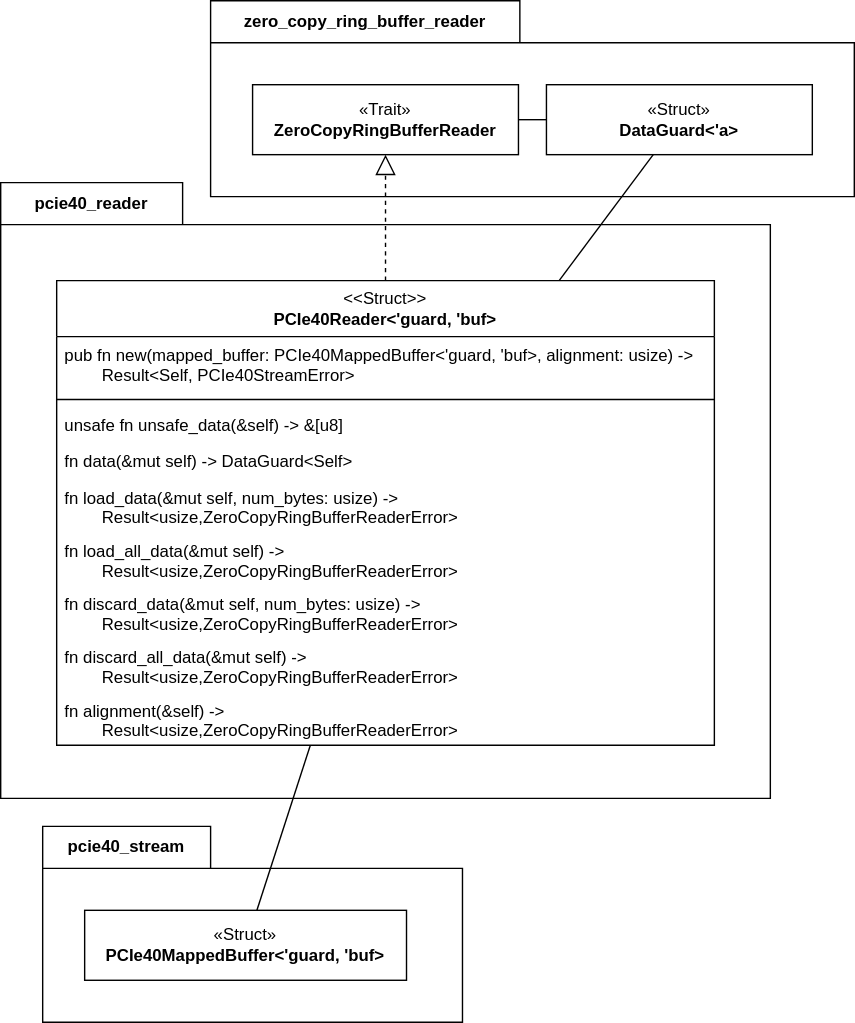
Tikitikitikidesuka/ibverbs-rs keeps this draw.io diagram as docs/assets/pcie40_reader_diagram.svg. Above is the earlier version. Source tidied: cells renumbered, new cells last; positions are measured from the earlier drawing's top-left corner, leaving out a move shared by most shapes.
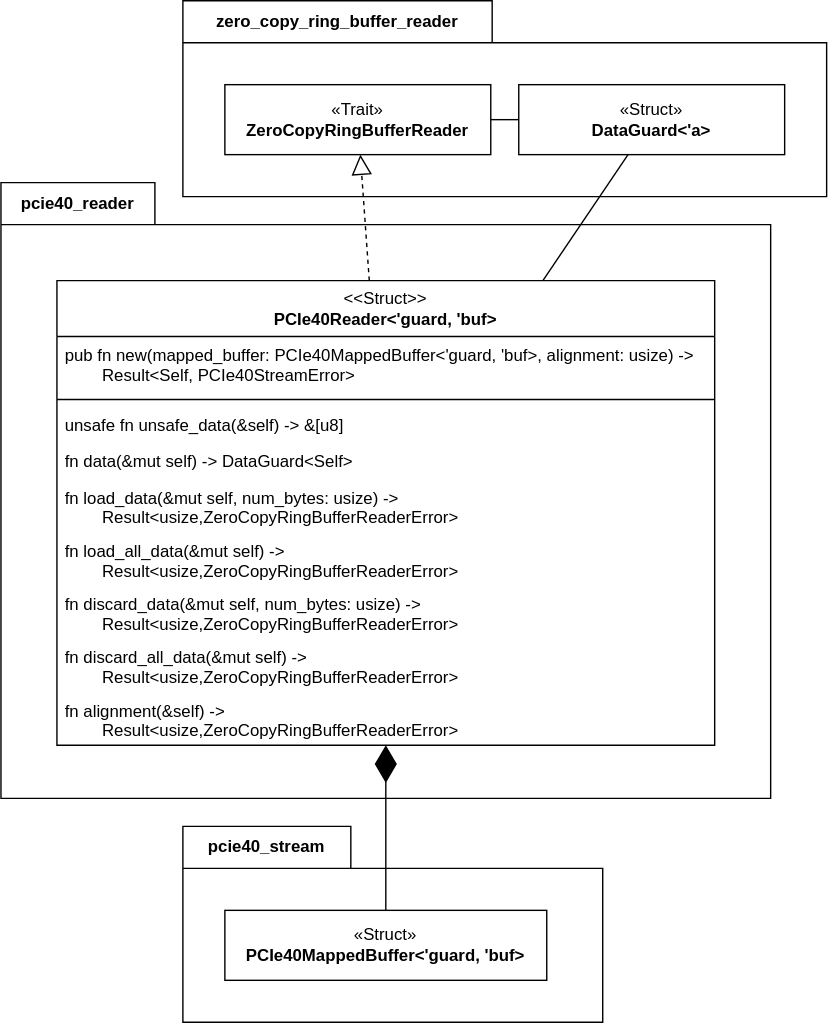
Later version of the same file.

Change to the diagram source:
```diff
@@ -2,7 +2,7 @@
   <root>
     <mxCell id="0" />
     <mxCell id="1" parent="0" />
-    <mxCell id="2" value="pcie40_reader" style="shape=folder;fontStyle=1;tabWidth=130;tabHeight=30;tabPosition=left;html=1;boundedLbl=1;labelInHeader=1;whiteSpace=wrap;" parent="1" vertex="1">
+    <mxCell id="2" value="pcie40_reader" style="shape=folder;fontStyle=1;tabWidth=110;tabHeight=30;tabPosition=left;html=1;boundedLbl=1;labelInHeader=1;whiteSpace=wrap;" parent="1" vertex="1">
       <mxGeometry y="130" width="550" height="440" as="geometry" />
     </mxCell>
     <mxCell id="3" value="&amp;lt;&amp;lt;Struct&amp;gt;&amp;gt;&lt;br style=&quot;border-color: var(--border-color);&quot;&gt;&lt;b style=&quot;border-color: var(--border-color);&quot;&gt;PCIe40Reader&amp;lt;'guard, 'buf&amp;gt;&lt;/b&gt;" style="swimlane;fontStyle=0;horizontal=1;startSize=40;fillColor=none;whiteSpace=wrap;html=1;" parent="2" vertex="1">
@@ -36,7 +36,7 @@
       <mxGeometry y="294" width="470" height="38" as="geometry" />
     </mxCell>
     <mxCell id="13" value="zero_copy_ring_buffer_reader" style="shape=folder;fontStyle=1;tabWidth=221;tabHeight=30;tabPosition=left;html=1;boundedLbl=1;labelInHeader=1;whiteSpace=wrap;" parent="1" vertex="1">
-      <mxGeometry x="150" width="460" height="140" as="geometry" />
+      <mxGeometry x="130" width="460" height="140" as="geometry" />
     </mxCell>
     <mxCell id="14" style="edgeStyle=orthogonalEdgeStyle;rounded=0;jettySize=auto;html=1;exitX=1;exitY=0.5;exitDx=0;exitDy=0;entryX=0;entryY=0.5;entryDx=0;entryDy=0;endArrow=none;endFill=0;" parent="13" edge="1" source="15" target="16">
       <mxGeometry relative="1" as="geometry" />
@@ -60,12 +60,12 @@
       <mxGeometry relative="1" as="geometry" />
     </mxCell>
     <mxCell id="21" value="pcie40_stream" style="shape=folder;fontStyle=1;tabWidth=120;tabHeight=30;tabPosition=left;html=1;boundedLbl=1;labelInHeader=1;whiteSpace=wrap;" parent="1" vertex="1">
-      <mxGeometry x="30" y="590" width="300" height="140" as="geometry" />
+      <mxGeometry x="130" y="590" width="300" height="140" as="geometry" />
     </mxCell>
     <mxCell id="22" value="«Struct»&lt;br&gt;&lt;b&gt;PCIe40MappedBuffer&amp;lt;'guard, 'buf&amp;gt;&lt;/b&gt;" style="html=1;whiteSpace=wrap;" parent="21" vertex="1">
       <mxGeometry x="30" y="60" width="230" height="50" as="geometry" />
     </mxCell>
-    <mxCell id="23" style="endArrow=none;html=1;rounded=0;" parent="1" edge="1" source="22" target="3">
+    <mxCell id="23" style="endArrow=diamondThin;endFill=1;endSize=24;html=1;rounded=0;" parent="1" edge="1" source="22" target="3">
       <mxGeometry relative="1" as="geometry" />
     </mxCell>
   </root>
```
